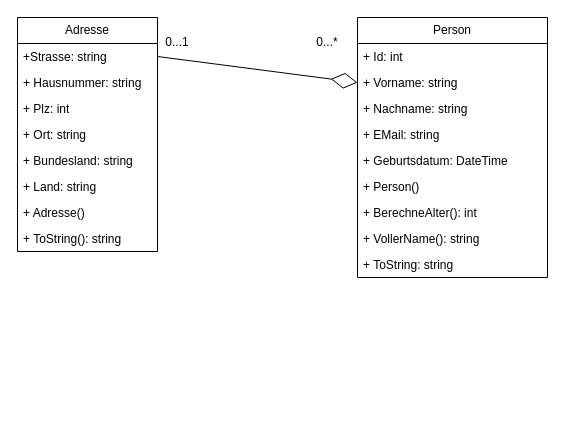
Earlier version of the draw.io diagram 1-personenverwaltung/diagramm.drawio (romeo-madjidi/SEW-3-2627). Source tidied: cells renumbered, new cells numbered last; positions are measured from the earlier drawing's top-left corner, leaving out a move shared by most shapes. Both pictures are drawn from the tidied source at 100%, with x=0, y=0 at pixel (17, 17).
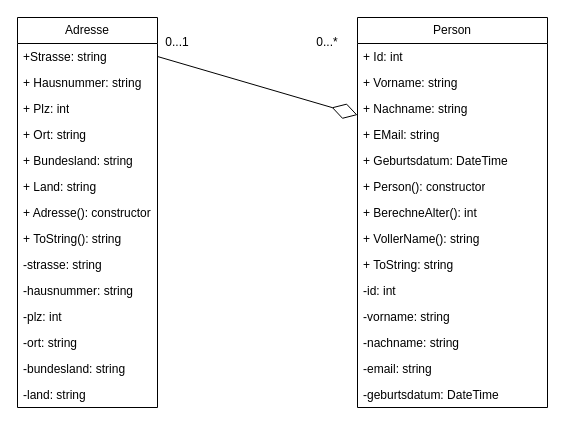
The same page after the edit.

What changed in the source:
```diff
@@
     <mxCell id="2" value="Adresse" style="swimlane;fontStyle=0;horizontal=1;startSize=26;fillColor=none;whiteSpace=wrap;html=1;" parent="1" vertex="1">
-      <mxGeometry width="140" height="234" as="geometry" />
+      <mxGeometry width="140" height="390" as="geometry" />
     </mxCell>
@@
-    <mxCell id="9" value="+ Adresse()" style="text;strokeColor=none;fillColor=none;align=left;verticalAlign=top;spacingLeft=4;spacingRight=4;overflow=hidden;whiteSpace=wrap;html=1;" parent="2" vertex="1">
+    <mxCell id="9" value="+ Adresse(): constructor" style="text;strokeColor=none;fillColor=none;align=left;verticalAlign=top;spacingLeft=4;spacingRight=4;overflow=hidden;whiteSpace=wrap;html=1;" parent="2" vertex="1">
       <mxGeometry y="182" width="140" height="26" as="geometry" />
     </mxCell>
@@
+    <mxCell id="24" value="-strasse: string" style="text;strokeColor=none;fillColor=none;align=left;verticalAlign=top;spacingLeft=4;spacingRight=4;overflow=hidden;whiteSpace=wrap;html=1;" parent="2" vertex="1">
+      <mxGeometry y="234" width="140" height="26" as="geometry" />
+    </mxCell>
+    <mxCell id="25" value="-hausnummer: string" style="text;strokeColor=none;fillColor=none;align=left;verticalAlign=top;spacingLeft=4;spacingRight=4;overflow=hidden;whiteSpace=wrap;html=1;" parent="2" vertex="1">
+      <mxGeometry y="260" width="140" height="26" as="geometry" />
+    </mxCell>
+    <mxCell id="26" value="-plz: int" style="text;strokeColor=none;fillColor=none;align=left;verticalAlign=top;spacingLeft=4;spacingRight=4;overflow=hidden;whiteSpace=wrap;html=1;" parent="2" vertex="1">
+      <mxGeometry y="286" width="140" height="26" as="geometry" />
+    </mxCell>
+    <mxCell id="27" value="-ort: string" style="text;strokeColor=none;fillColor=none;align=left;verticalAlign=top;spacingLeft=4;spacingRight=4;overflow=hidden;whiteSpace=wrap;html=1;" parent="2" vertex="1">
+      <mxGeometry y="312" width="140" height="26" as="geometry" />
+    </mxCell>
+    <mxCell id="28" value="-bundesland: string" style="text;strokeColor=none;fillColor=none;align=left;verticalAlign=top;spacingLeft=4;spacingRight=4;overflow=hidden;whiteSpace=wrap;html=1;" parent="2" vertex="1">
+      <mxGeometry y="338" width="140" height="26" as="geometry" />
+    </mxCell>
+    <mxCell id="29" value="-land: string" style="text;strokeColor=none;fillColor=none;align=left;verticalAlign=top;spacingLeft=4;spacingRight=4;overflow=hidden;whiteSpace=wrap;html=1;" parent="2" vertex="1">
+      <mxGeometry y="364" width="140" height="26" as="geometry" />
+    </mxCell>
     <mxCell id="11" value="Person" style="swimlane;fontStyle=0;horizontal=1;startSize=26;fillColor=none;whiteSpace=wrap;html=1;" parent="1" vertex="1">
-      <mxGeometry x="340" width="190" height="260" as="geometry" />
+      <mxGeometry x="340" width="190" height="390" as="geometry" />
     </mxCell>
@@
-    <mxCell id="17" value="+ Person()" style="text;strokeColor=none;fillColor=none;align=left;verticalAlign=top;spacingLeft=4;spacingRight=4;overflow=hidden;whiteSpace=wrap;html=1;" parent="11" vertex="1">
+    <mxCell id="17" value="+ Person(): constructor" style="text;strokeColor=none;fillColor=none;align=left;verticalAlign=top;spacingLeft=4;spacingRight=4;overflow=hidden;whiteSpace=wrap;html=1;" parent="11" vertex="1">
       <mxGeometry y="156" width="190" height="26" as="geometry" />
     </mxCell>
@@
+    <mxCell id="30" value="-id: int" style="text;strokeColor=none;fillColor=none;align=left;verticalAlign=top;spacingLeft=4;spacingRight=4;overflow=hidden;whiteSpace=wrap;html=1;" parent="11" vertex="1">
+      <mxGeometry y="260" width="190" height="26" as="geometry" />
+    </mxCell>
+    <mxCell id="31" value="-vorname: string" style="text;strokeColor=none;fillColor=none;align=left;verticalAlign=top;spacingLeft=4;spacingRight=4;overflow=hidden;whiteSpace=wrap;html=1;" parent="11" vertex="1">
+      <mxGeometry y="286" width="190" height="26" as="geometry" />
+    </mxCell>
+    <mxCell id="32" value="-nachname: string" style="text;strokeColor=none;fillColor=none;align=left;verticalAlign=top;spacingLeft=4;spacingRight=4;overflow=hidden;whiteSpace=wrap;html=1;" parent="11" vertex="1">
+      <mxGeometry y="312" width="190" height="26" as="geometry" />
+    </mxCell>
+    <mxCell id="33" value="-email: string" style="text;strokeColor=none;fillColor=none;align=left;verticalAlign=top;spacingLeft=4;spacingRight=4;overflow=hidden;whiteSpace=wrap;html=1;" parent="11" vertex="1">
+      <mxGeometry y="338" width="190" height="26" as="geometry" />
+    </mxCell>
+    <mxCell id="34" value="-geburtsdatum: DateTime" style="text;strokeColor=none;fillColor=none;align=left;verticalAlign=top;spacingLeft=4;spacingRight=4;overflow=hidden;whiteSpace=wrap;html=1;" parent="11" vertex="1">
+      <mxGeometry y="364" width="190" height="26" as="geometry" />
+    </mxCell>
```
